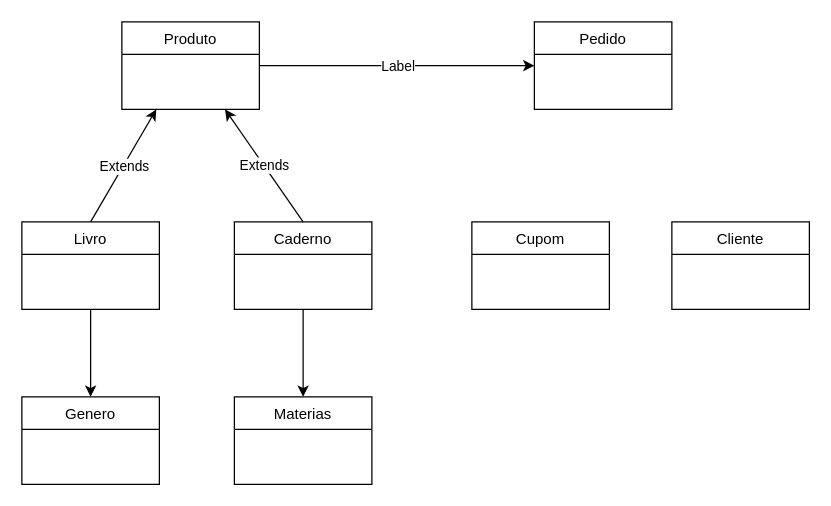
The draw.io diagram Diagrama sem nome.drawio in Fenixherm/Loja-Livros, before the edit. Source tidied: cells renumbered, new cells numbered last; positions are measured from the earlier drawing's top-left corner, leaving out a move shared by most shapes. Both pictures are drawn from the tidied source at 125%, with x=0, y=0 at pixel (21, 21).
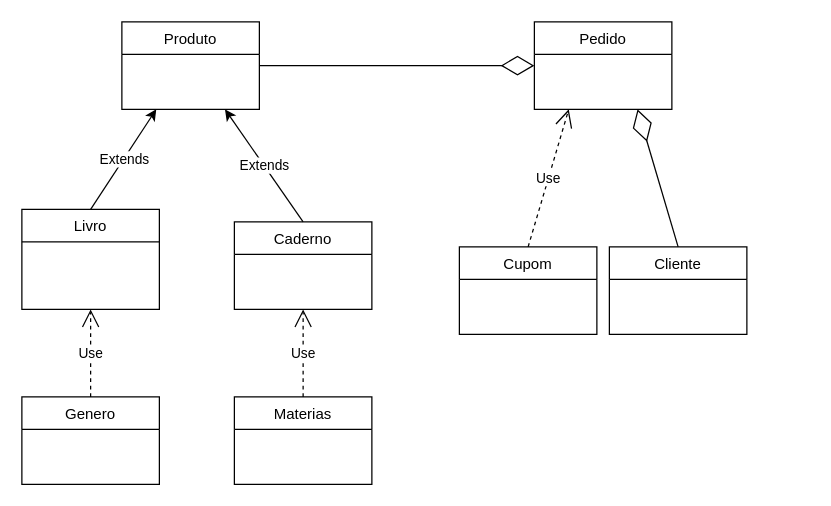
Above is the later version.

What changed in the source:
```diff
@@
 <mxGraphModel>
   <root>
     <mxCell id="0" />
     <mxCell id="1" parent="0" />
     <mxCell id="2" value="Produto" style="swimlane;fontStyle=0;align=center;verticalAlign=top;horizontal=1;startSize=26;rounded=0;shadow=0;strokeWidth=1;" parent="1" vertex="1">
       <mxGeometry x="80" width="110" height="70" as="geometry" />
     </mxCell>
     <mxCell id="3" value="Livro" style="swimlane;fontStyle=0;align=center;verticalAlign=top;horizontal=1;startSize=26;rounded=0;shadow=0;strokeWidth=1;" parent="1" vertex="1">
-      <mxGeometry y="160" width="110" height="70" as="geometry" />
+      <mxGeometry y="150" width="110" height="80" as="geometry" />
     </mxCell>
     <mxCell id="4" value="Caderno" style="swimlane;fontStyle=0;align=center;verticalAlign=top;horizontal=1;startSize=26;rounded=0;shadow=0;strokeWidth=1;" parent="1" vertex="1">
       <mxGeometry x="170" y="160" width="110" height="70" as="geometry" />
     </mxCell>
     <mxCell id="5" value="Genero" style="swimlane;fontStyle=0;align=center;verticalAlign=top;horizontal=1;startSize=26;rounded=0;shadow=0;strokeWidth=1;" parent="1" vertex="1">
       <mxGeometry y="300" width="110" height="70" as="geometry" />
     </mxCell>
     <mxCell id="6" value="Materias" style="swimlane;fontStyle=0;align=center;verticalAlign=top;horizontal=1;startSize=26;rounded=0;shadow=0;strokeWidth=1;" parent="1" vertex="1">
       <mxGeometry x="170" y="300" width="110" height="70" as="geometry" />
     </mxCell>
     <mxCell id="7" value="Pedido" style="swimlane;fontStyle=0;align=center;verticalAlign=top;horizontal=1;startSize=26;rounded=0;shadow=0;strokeWidth=1;" parent="1" vertex="1">
       <mxGeometry x="410" width="110" height="70" as="geometry" />
     </mxCell>
     <mxCell id="8" value="Cupom" style="swimlane;fontStyle=0;align=center;verticalAlign=top;horizontal=1;startSize=26;rounded=0;shadow=0;strokeWidth=1;" parent="1" vertex="1">
-      <mxGeometry x="360" y="160" width="110" height="70" as="geometry" />
+      <mxGeometry x="350" y="180" width="110" height="70" as="geometry" />
     </mxCell>
     <mxCell id="9" value="Cliente" style="swimlane;fontStyle=0;align=center;verticalAlign=top;horizontal=1;startSize=26;rounded=0;shadow=0;strokeWidth=1;" parent="1" vertex="1">
-      <mxGeometry x="520" y="160" width="110" height="70" as="geometry" />
+      <mxGeometry x="470" y="180" width="110" height="70" as="geometry" />
     </mxCell>
-    <mxCell id="10" style="endArrow=classic;html=1;rounded=0;exitX=1;exitY=0.5;exitDx=0;exitDy=0;entryX=0;entryY=0.5;entryDx=0;entryDy=0;" parent="1" edge="1" source="2" target="7">
-      <mxGeometry relative="1" as="geometry" />
-    </mxCell>
-    <mxCell id="11" value="Label" style="edgeLabel;html=1;align=center;verticalAlign=middle;" parent="10" vertex="1">
-      <mxGeometry relative="1" as="geometry" />
-    </mxCell>
     <mxCell id="12" style="endArrow=classic;html=1;rounded=0;exitX=0.5;exitY=0;exitDx=0;exitDy=0;entryX=0.75;entryY=1;entryDx=0;entryDy=0;" parent="1" edge="1" source="4" target="2">
       <mxGeometry relative="1" as="geometry" />
     </mxCell>
     <mxCell id="13" value="Extends" style="edgeLabel;html=1;align=center;verticalAlign=middle;" parent="12" vertex="1">
       <mxGeometry relative="1" as="geometry" />
     </mxCell>
     <mxCell id="14" style="endArrow=classic;html=1;rounded=0;exitX=0.5;exitY=0;exitDx=0;exitDy=0;entryX=0.25;entryY=1;entryDx=0;entryDy=0;" parent="1" edge="1" source="3" target="2">
       <mxGeometry relative="1" as="geometry" />
     </mxCell>
     <mxCell id="15" value="Extends" style="edgeLabel;html=1;align=center;verticalAlign=middle;" parent="14" vertex="1">
       <mxGeometry relative="1" as="geometry" />
     </mxCell>
-    <mxCell id="16" style="endArrow=classic;html=1;rounded=0;exitX=0.5;exitY=1;exitDx=0;exitDy=0;entryX=0.5;entryY=0;entryDx=0;entryDy=0;" parent="1" edge="1" source="3" target="5">
-      <mxGeometry relative="1" as="geometry" />
-    </mxCell>
-    <mxCell id="17" style="endArrow=classic;html=1;rounded=0;exitX=0.5;exitY=1;exitDx=0;exitDy=0;entryX=0.5;entryY=0;entryDx=0;entryDy=0;" parent="1" edge="1" source="4" target="6">
-      <mxGeometry relative="1" as="geometry" />
-    </mxCell>
+    <mxCell id="10" style="endArrow=diamondThin;endFill=0;endSize=24;html=1;rounded=0;exitX=1;exitY=0.5;exitDx=0;exitDy=0;entryX=0;entryY=0.5;entryDx=0;entryDy=0;" parent="1" edge="1" source="2" target="7">
+      <mxGeometry relative="1" as="geometry" />
+    </mxCell>
+    <mxCell id="18" style="endArrow=diamondThin;endFill=0;endSize=24;html=1;rounded=0;exitX=0.5;exitY=0;exitDx=0;exitDy=0;entryX=0.75;entryY=1;entryDx=0;entryDy=0;" parent="1" edge="1" source="9" target="7">
+      <mxGeometry relative="1" as="geometry" />
+    </mxCell>
+    <mxCell id="19" value="Use" style="endArrow=open;endSize=12;dashed=1;html=1;rounded=0;entryX=0.25;entryY=1;entryDx=0;entryDy=0;exitX=0.5;exitY=0;exitDx=0;exitDy=0;" parent="1" edge="1" source="8" target="7">
+      <mxGeometry relative="1" as="geometry" />
+    </mxCell>
+    <mxCell id="20" value="Use" style="endArrow=open;endSize=12;dashed=1;html=1;rounded=0;exitX=0.5;exitY=0;exitDx=0;exitDy=0;entryX=0.5;entryY=1;entryDx=0;entryDy=0;" parent="1" edge="1" source="5" target="3">
+      <mxGeometry relative="1" as="geometry" />
+    </mxCell>
+    <mxCell id="21" value="Use" style="endArrow=open;endSize=12;dashed=1;html=1;rounded=0;exitX=0.5;exitY=0;exitDx=0;exitDy=0;entryX=0.5;entryY=1;entryDx=0;entryDy=0;" parent="1" edge="1" source="6" target="4">
+      <mxGeometry relative="1" as="geometry" />
+    </mxCell>
   </root>
 </mxGraphModel>
```
